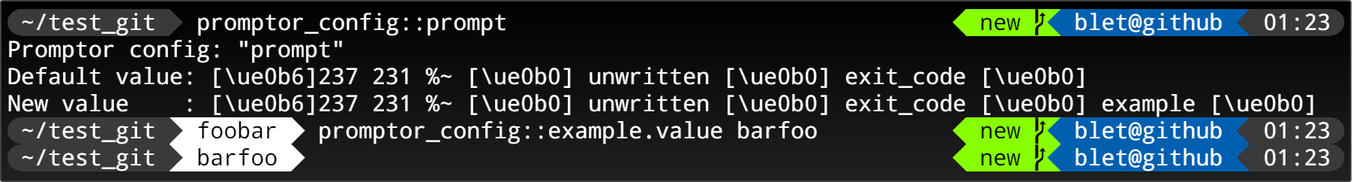
The draw.io diagram images/function.drawio.png in MickaelBlet/Promptor, before a commit. Source tidied: cells renumbered, new cells last; positions are measured from the earlier drawing's top-left corner, leaving out a move shared by most shapes.
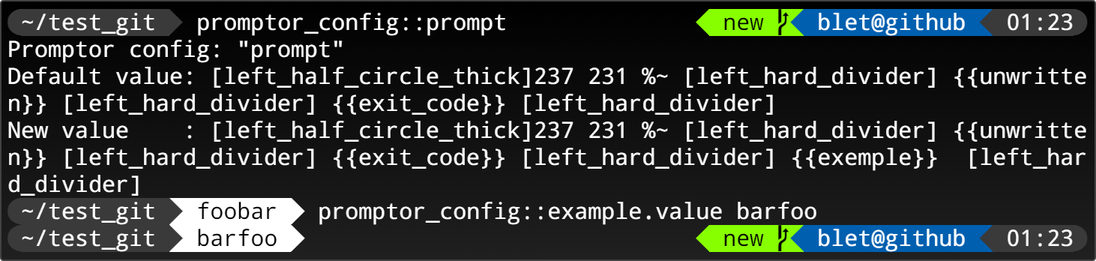
Later version of the same file.

What changed in the source:
```diff
@@ -3,10 +3,10 @@
     <mxCell id="0" />
     <mxCell id="1" parent="0" />
     <mxCell id="2" style="rounded=1;whiteSpace=wrap;html=1;arcSize=1;fillColor=#000000;strokeColor=#424242;gradientColor=#202020;gradientDirection=south;" parent="1" vertex="1">
-      <mxGeometry width="900" height="120" as="geometry" />
+      <mxGeometry width="730" height="173" as="geometry" />
     </mxCell>
-    <mxCell id="3" value="&lt;font color=&quot;#3a3a3a&quot; style=&quot;font-size: 15px&quot;&gt;&lt;/font&gt;&lt;span style=&quot;font-size: 15px ; background-color: rgb(58 , 58 , 58)&quot;&gt;~/test_git&amp;nbsp;&lt;/span&gt;&lt;font color=&quot;#3a3a3a&quot; style=&quot;font-size: 15px&quot;&gt;&lt;/font&gt;&amp;nbsp;promptor_config::prompt&amp;nbsp; &amp;nbsp; &amp;nbsp; &amp;nbsp; &amp;nbsp; &amp;nbsp; &amp;nbsp; &amp;nbsp; &amp;nbsp; &amp;nbsp; &amp;nbsp; &amp;nbsp; &amp;nbsp; &amp;nbsp; &amp;nbsp; &amp;nbsp; &amp;nbsp;&lt;font color=&quot;#87ff00&quot; style=&quot;font-size: 15px&quot;&gt;&lt;/font&gt;&lt;span style=&quot;font-size: 15px ; background-color: rgb(135 , 255 , 0)&quot;&gt;&lt;font color=&quot;#000000&quot; style=&quot;font-size: 15px&quot;&gt;&amp;nbsp;new&amp;nbsp;&lt;/font&gt;&lt;font color=&quot;#005faf&quot; style=&quot;font-size: 15px&quot;&gt;&lt;/font&gt;&lt;/span&gt;&lt;span style=&quot;font-size: 15px ; background-color: rgb(0 , 95 , 175)&quot;&gt;&amp;nbsp;blet@github&amp;nbsp;&lt;font color=&quot;#3a3a3a&quot; style=&quot;font-size: 15px&quot;&gt;&lt;/font&gt;&lt;/span&gt;&lt;span style=&quot;font-size: 15px ; background-color: rgb(58 , 58 , 58)&quot;&gt;&amp;nbsp;01:23&lt;/span&gt;&lt;font color=&quot;#3a3a3a&quot; style=&quot;font-size: 15px&quot;&gt;&lt;/font&gt;&lt;font color=&quot;#3a3a3a&quot; style=&quot;font-size: 15px&quot;&gt;&lt;br style=&quot;font-size: 15px&quot;&gt;&lt;/font&gt;Promptor config: &quot;prompt&quot;&lt;br style=&quot;font-size: 15px&quot;&gt;Default value: [\ue0b6]237 231 %~ [\ue0b0] unwritten [\ue0b0] exit_code [\ue0b0]&lt;br style=&quot;font-size: 15px&quot;&gt;New value&amp;nbsp; &amp;nbsp; : [\ue0b6]237 231 %~ [\ue0b0] unwritten [\ue0b0] exit_code [\ue0b0] example [\ue0b0]&lt;br style=&quot;font-size: 15px&quot;&gt;&lt;font color=&quot;#3a3a3a&quot; style=&quot;font-size: 15px&quot;&gt;&lt;/font&gt;&lt;span style=&quot;font-size: 15px ; background-color: rgb(58 , 58 , 58)&quot;&gt;~/test_git&amp;nbsp;&lt;/span&gt;&lt;span style=&quot;background-color: rgb(255 , 255 , 255)&quot;&gt;&lt;font style=&quot;font-size: 15px&quot; color=&quot;#3a3a3a&quot;&gt;&lt;/font&gt;&lt;span style=&quot;color: rgb(0 , 0 , 0) ; font-size: 15px&quot;&gt;&amp;nbsp;foobar&amp;nbsp;&lt;/span&gt;&lt;/span&gt;&lt;font style=&quot;font-size: 15px&quot;&gt;&lt;/font&gt;&amp;nbsp;promptor_config::example.value barfoo&amp;nbsp; &amp;nbsp; &amp;nbsp; &amp;nbsp; &amp;nbsp;&amp;nbsp;&lt;font color=&quot;#87ff00&quot; style=&quot;font-size: 15px&quot;&gt;&lt;/font&gt;&lt;span style=&quot;font-size: 15px ; background-color: rgb(135 , 255 , 0)&quot;&gt;&lt;font color=&quot;#000000&quot; style=&quot;font-size: 15px&quot;&gt;&amp;nbsp;new&amp;nbsp;&lt;/font&gt;&lt;font color=&quot;#005faf&quot; style=&quot;font-size: 15px&quot;&gt;&lt;/font&gt;&lt;/span&gt;&lt;span style=&quot;font-size: 15px ; background-color: rgb(0 , 95 , 175)&quot;&gt;&amp;nbsp;blet@github&amp;nbsp;&lt;font color=&quot;#3a3a3a&quot; style=&quot;font-size: 15px&quot;&gt;&lt;/font&gt;&lt;/span&gt;&lt;span style=&quot;font-size: 15px ; background-color: rgb(58 , 58 , 58)&quot;&gt;&amp;nbsp;01:23&lt;/span&gt;&lt;font color=&quot;#3a3a3a&quot; style=&quot;font-size: 15px&quot;&gt;&lt;br&gt;&lt;/font&gt;&lt;font color=&quot;#3a3a3a&quot;&gt;&lt;/font&gt;&lt;span style=&quot;background-color: rgb(58 , 58 , 58)&quot;&gt;~/test_git&amp;nbsp;&lt;/span&gt;&lt;span style=&quot;background-color: rgb(255 , 255 , 255)&quot;&gt;&lt;font color=&quot;#3a3a3a&quot;&gt;&lt;/font&gt;&lt;span style=&quot;color: rgb(0 , 0 , 0)&quot;&gt;&amp;nbsp;barfoo&amp;nbsp;&lt;/span&gt;&lt;/span&gt;&amp;nbsp; &amp;nbsp; &amp;nbsp; &amp;nbsp; &amp;nbsp; &amp;nbsp; &amp;nbsp; &amp;nbsp; &amp;nbsp; &amp;nbsp; &amp;nbsp; &amp;nbsp; &amp;nbsp; &amp;nbsp; &amp;nbsp; &amp;nbsp; &amp;nbsp; &amp;nbsp; &amp;nbsp; &amp;nbsp; &amp;nbsp; &amp;nbsp; &amp;nbsp; &amp;nbsp;&amp;nbsp;&lt;font color=&quot;#87ff00&quot;&gt;&lt;/font&gt;&lt;span style=&quot;background-color: rgb(135 , 255 , 0)&quot;&gt;&lt;font color=&quot;#000000&quot;&gt;&amp;nbsp;new&amp;nbsp;&lt;/font&gt;&lt;font color=&quot;#005faf&quot;&gt;&lt;/font&gt;&lt;/span&gt;&lt;span style=&quot;background-color: rgb(0 , 95 , 175)&quot;&gt;&amp;nbsp;blet@github&amp;nbsp;&lt;font color=&quot;#3a3a3a&quot;&gt;&lt;/font&gt;&lt;/span&gt;&lt;span style=&quot;background-color: rgb(58 , 58 , 58)&quot;&gt;&amp;nbsp;01:23&lt;/span&gt;&lt;font color=&quot;#3a3a3a&quot;&gt;&lt;/font&gt;" style="text;align=left;verticalAlign=bottom;rounded=0;fontFamily=DroidSansM Nerd Font Mono;fontSize=15;fillColor=none;arcSize=0;spacing=0;fontColor=#FFFFFF;labelBackgroundColor=none;html=1;labelBorderColor=none;" parent="1" vertex="1">
-      <mxGeometry x="5" y="5" width="890" height="109" as="geometry" />
+    <mxCell id="3" value="&lt;font color=&quot;#3a3a3a&quot; style=&quot;font-size: 15px&quot;&gt;&lt;/font&gt;&lt;span style=&quot;font-size: 15px ; background-color: rgb(58 , 58 , 58)&quot;&gt;~/test_git&amp;nbsp;&lt;/span&gt;&lt;font color=&quot;#3a3a3a&quot; style=&quot;font-size: 15px&quot;&gt;&lt;/font&gt;&amp;nbsp;promptor_config::prompt&amp;nbsp; &amp;nbsp; &amp;nbsp; &amp;nbsp; &amp;nbsp; &amp;nbsp; &amp;nbsp;&amp;nbsp;&lt;font color=&quot;#87ff00&quot; style=&quot;font-size: 15px&quot;&gt;&lt;/font&gt;&lt;span style=&quot;font-size: 15px ; background-color: rgb(135 , 255 , 0)&quot;&gt;&lt;font color=&quot;#000000&quot; style=&quot;font-size: 15px&quot;&gt;&amp;nbsp;new&amp;nbsp;&lt;/font&gt;&lt;font color=&quot;#005faf&quot; style=&quot;font-size: 15px&quot;&gt;&lt;/font&gt;&lt;/span&gt;&lt;span style=&quot;font-size: 15px ; background-color: rgb(0 , 95 , 175)&quot;&gt;&amp;nbsp;blet@github&amp;nbsp;&lt;font color=&quot;#3a3a3a&quot; style=&quot;font-size: 15px&quot;&gt;&lt;/font&gt;&lt;/span&gt;&lt;span style=&quot;font-size: 15px ; background-color: rgb(58 , 58 , 58)&quot;&gt;&amp;nbsp;01:23&lt;/span&gt;&lt;font color=&quot;#3a3a3a&quot; style=&quot;font-size: 15px&quot;&gt;&lt;/font&gt;&lt;font color=&quot;#3a3a3a&quot; style=&quot;font-size: 15px&quot;&gt;&lt;br style=&quot;font-size: 15px&quot;&gt;&lt;/font&gt;Promptor config: &quot;prompt&quot;&lt;br style=&quot;font-size: 15px&quot;&gt;Default value: [left_half_circle_thick]237 231 %~ [left_hard_divider] {{unwritte&lt;br&gt;n}} [left_hard_divider] {{exit_code}} [left_hard_divider]&lt;br style=&quot;font-size: 15px&quot;&gt;New value&amp;nbsp; &amp;nbsp; : [left_half_circle_thick]237 231 %~ [left_hard_divider] {{unwritte&lt;br&gt;n}} [left_hard_divider] {{exit_code}} [left_hard_divider] {{exemple}}&amp;nbsp;&amp;nbsp;[left_har&lt;br&gt;d_divider]&lt;br style=&quot;font-size: 15px&quot;&gt;&lt;font color=&quot;#3a3a3a&quot; style=&quot;font-size: 15px&quot;&gt;&lt;/font&gt;&lt;span style=&quot;font-size: 15px ; background-color: rgb(58 , 58 , 58)&quot;&gt;~/test_git&amp;nbsp;&lt;/span&gt;&lt;span style=&quot;background-color: rgb(255 , 255 , 255)&quot;&gt;&lt;font style=&quot;font-size: 15px&quot; color=&quot;#3a3a3a&quot;&gt;&lt;/font&gt;&lt;span style=&quot;color: rgb(0 , 0 , 0) ; font-size: 15px&quot;&gt;&amp;nbsp;foobar&amp;nbsp;&lt;/span&gt;&lt;/span&gt;&lt;font style=&quot;font-size: 15px&quot;&gt;&lt;/font&gt;&amp;nbsp;promptor_config::example.value barfoo&lt;font color=&quot;#3a3a3a&quot; style=&quot;font-size: 15px&quot;&gt;&lt;br&gt;&lt;/font&gt;&lt;font color=&quot;#3a3a3a&quot;&gt;&lt;/font&gt;&lt;span style=&quot;background-color: rgb(58 , 58 , 58)&quot;&gt;~/test_git&amp;nbsp;&lt;/span&gt;&lt;span style=&quot;background-color: rgb(255 , 255 , 255)&quot;&gt;&lt;font color=&quot;#3a3a3a&quot;&gt;&lt;/font&gt;&lt;span style=&quot;color: rgb(0 , 0 , 0)&quot;&gt;&amp;nbsp;barfoo&amp;nbsp;&lt;/span&gt;&lt;/span&gt;&amp;nbsp; &amp;nbsp; &amp;nbsp; &amp;nbsp; &amp;nbsp; &amp;nbsp; &amp;nbsp; &amp;nbsp; &amp;nbsp; &amp;nbsp; &amp;nbsp; &amp;nbsp; &amp;nbsp; &amp;nbsp; &amp;nbsp;&lt;font color=&quot;#87ff00&quot;&gt;&lt;/font&gt;&lt;span style=&quot;background-color: rgb(135 , 255 , 0)&quot;&gt;&lt;font color=&quot;#000000&quot;&gt;&amp;nbsp;new&amp;nbsp;&lt;/font&gt;&lt;font color=&quot;#005faf&quot;&gt;&lt;/font&gt;&lt;/span&gt;&lt;span style=&quot;background-color: rgb(0 , 95 , 175)&quot;&gt;&amp;nbsp;blet@github&amp;nbsp;&lt;font color=&quot;#3a3a3a&quot;&gt;&lt;/font&gt;&lt;/span&gt;&lt;span style=&quot;background-color: rgb(58 , 58 , 58)&quot;&gt;&amp;nbsp;01:23&lt;/span&gt;&lt;font color=&quot;#3a3a3a&quot;&gt;&lt;/font&gt;" style="text;align=left;verticalAlign=bottom;rounded=0;fontFamily=DroidSansM Nerd Font Mono;fontSize=15;fillColor=none;arcSize=0;spacing=0;fontColor=#FFFFFF;labelBackgroundColor=none;html=1;labelBorderColor=none;" parent="1" vertex="1">
+      <mxGeometry x="5" y="5" width="720" height="163" as="geometry" />
     </mxCell>
   </root>
 </mxGraphModel>
```
